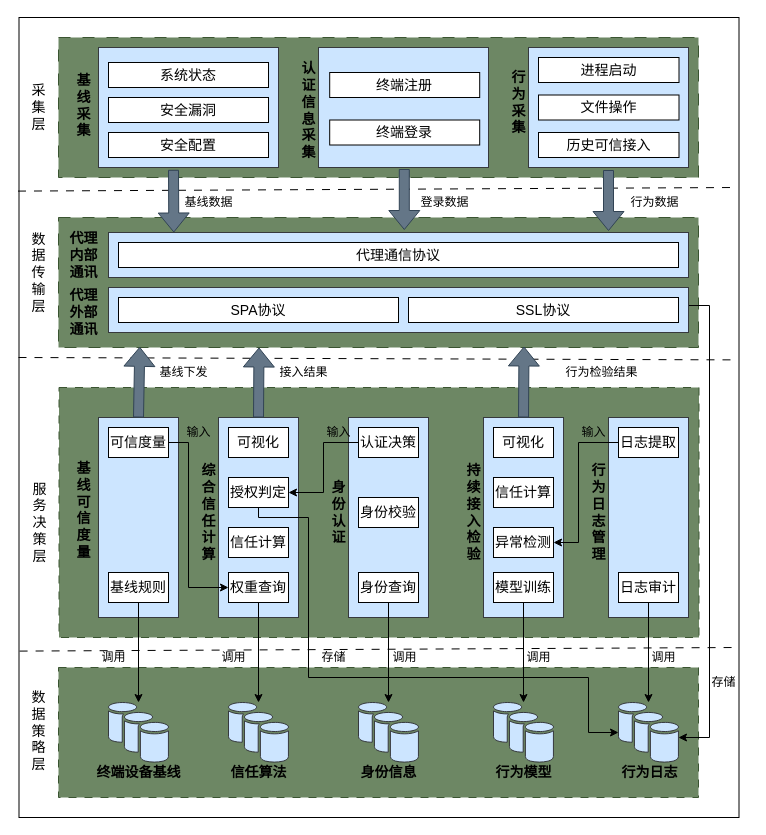
The draw.io diagram testDirectory/零信任可信接入系统架构图.drawio in Moose1273/-, before the edit. Source tidied: cells renumbered, new cells numbered last; positions are measured from the earlier drawing's top-left corner, leaving out a move shared by most shapes. Both pictures are drawn from the tidied source at 100%, with x=0, y=0 at pixel (18, 17).
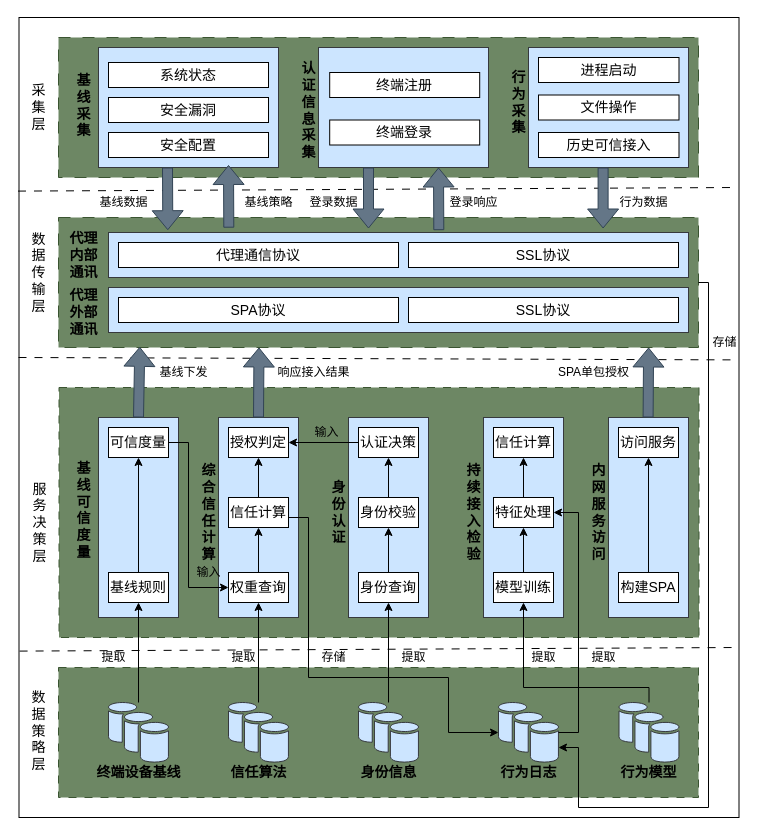
The same diagram, later.

Commit message:
更新零信任可信接入系统架构图.drawio

The change refers to these unchanged cells:
```xml
<mxCell id="3" style="rounded=0;whiteSpace=wrap;html=1;fillColor=#6d8764;strokeColor=#3A5431;fontColor=#ffffff;dashed=1;dashPattern=12 12;" parent="1" vertex="1">
  <mxGeometry x="40" y="200" width="640" height="130" as="geometry" />
</mxCell>
<mxCell id="23" style="sketch=0;shadow=0;dashed=0;html=1;strokeColor=#36393d;fillColor=#cce5ff;labelPosition=center;verticalLabelPosition=bottom;verticalAlign=top;outlineConnect=0;align=center;shape=mxgraph.office.databases.database_availability_group;fontSize=14;" parent="1" vertex="1">
  <mxGeometry x="340" y="685" width="60" height="60" as="geometry" />
</mxCell>
<mxCell id="24" style="sketch=0;shadow=0;dashed=0;html=1;labelPosition=center;verticalLabelPosition=bottom;verticalAlign=top;outlineConnect=0;align=center;shape=mxgraph.office.databases.database_availability_group;fontSize=14;fillColor=#cce5ff;strokeColor=#36393d;" parent="1" vertex="1">
  <mxGeometry x="90" y="685" width="60" height="60" as="geometry" />
</mxCell>
<mxCell id="29" style="sketch=0;shadow=0;dashed=0;html=1;strokeColor=#36393d;fillColor=#cce5ff;labelPosition=center;verticalLabelPosition=bottom;verticalAlign=top;outlineConnect=0;align=center;shape=mxgraph.office.databases.database_availability_group;fontSize=14;" parent="1" vertex="1">
  <mxGeometry x="210" y="685" width="60" height="60" as="geometry" />
</mxCell>
<mxCell id="57" value="权重查询" style="whiteSpace=wrap;html=1;fontSize=14;verticalAlign=middle;sketch=0;shadow=0;dashed=0;" parent="1" vertex="1">
  <mxGeometry x="210" y="555" width="60" height="30" as="geometry" />
</mxCell>
<mxCell id="60" style="rounded=0;whiteSpace=wrap;html=1;fillColor=#cce5ff;strokeColor=#36393d;" parent="1" vertex="1">
  <mxGeometry x="465" y="400" width="80" height="200" as="geometry" />
</mxCell>
<mxCell id="64" value="身份查询" style="rounded=0;whiteSpace=wrap;html=1;fontSize=14;" parent="1" vertex="1">
  <mxGeometry x="340" y="555" width="60" height="30" as="geometry" />
</mxCell>
<mxCell id="66" value="认证决策" style="whiteSpace=wrap;html=1;fontSize=14;rounded=0;" parent="1" vertex="1">
  <mxGeometry x="340" y="410" width="60" height="30" as="geometry" />
</mxCell>
<mxCell id="69" value="可信度量" style="rounded=0;whiteSpace=wrap;html=1;fontSize=14;" parent="1" vertex="1">
  <mxGeometry x="90" y="410" width="60" height="30" as="geometry" />
</mxCell>
<mxCell id="72" value="基线规则" style="whiteSpace=wrap;html=1;fontSize=14;verticalAlign=middle;sketch=0;shadow=0;dashed=0;" parent="1" vertex="1">
  <mxGeometry x="90" y="555" width="60" height="30" as="geometry" />
</mxCell>
<mxCell id="88" value="模型训练" style="whiteSpace=wrap;html=1;fontSize=14;verticalAlign=middle;sketch=0;shadow=0;dashed=0;" parent="1" vertex="1">
  <mxGeometry x="475" y="555" width="60" height="30" as="geometry" />
</mxCell>
<mxCell id="102" value="身份校验" style="whiteSpace=wrap;html=1;fontSize=14;rounded=0;" parent="1" vertex="1">
  <mxGeometry x="340" y="480" width="60" height="30" as="geometry" />
</mxCell>
```

The edit, as a diff of the source:
```diff
@@
-    <mxCell id="12" style="edgeStyle=orthogonalEdgeStyle;rounded=0;jettySize=auto;html=1;exitX=1;exitY=0.5;exitDx=0;exitDy=0;" parent="1" edge="1" target="42">
+    <mxCell id="12" style="edgeStyle=orthogonalEdgeStyle;rounded=0;jettySize=auto;html=1;exitX=1;exitY=0.5;exitDx=0;exitDy=0;entryX=1;entryY=0.75;entryDx=0;entryDy=0;entryPerimeter=0;" parent="1" edge="1" source="3" target="42">
       <mxGeometry relative="1" as="geometry">
-        <mxPoint x="640.5" y="297.5" as="sourcePoint" />
         <Array as="points">
-          <mxPoint x="640" y="288" />
-          <mxPoint x="691" y="288" />
-          <mxPoint x="691" y="720" />
+          <mxPoint x="690" y="265" />
+          <mxPoint x="690" y="790" />
+          <mxPoint x="560" y="790" />
+          <mxPoint x="560" y="730" />
         </Array>
       </mxGeometry>
     </mxCell>
@@
-    <mxCell id="22" style="edgeStyle=orthogonalEdgeStyle;rounded=0;jettySize=auto;html=1;exitX=0.5;exitY=1;exitDx=0;exitDy=0;" parent="1" edge="1" source="64" target="23">
+    <mxCell id="22" style="edgeStyle=orthogonalEdgeStyle;rounded=0;jettySize=auto;html=1;entryX=0.5;entryY=1;entryDx=0;entryDy=0;" parent="1" edge="1" source="23" target="64">
       <mxGeometry relative="1" as="geometry" />
     </mxCell>
@@
     <mxCell id="39" value="&lt;span style=&quot;font-size: 14px;&quot;&gt;&lt;b&gt;行为日志&lt;/b&gt;&lt;/span&gt;" style="text;html=1;align=center;verticalAlign=middle;strokeColor=none;fillColor=none;" parent="1" vertex="1">
-      <mxGeometry x="590.5" y="740" width="80" height="30" as="geometry" />
+      <mxGeometry x="470" y="740" width="80" height="30" as="geometry" />
     </mxCell>
     <mxCell id="40" value="&lt;b&gt;&lt;font style=&quot;font-size: 14px;&quot;&gt;行为模型&lt;/font&gt;&lt;/b&gt;" style="text;html=1;align=center;verticalAlign=middle;strokeColor=none;fillColor=none;" parent="1" vertex="1">
-      <mxGeometry x="465" y="740" width="80" height="30" as="geometry" />
+      <mxGeometry x="590" y="740" width="80" height="30" as="geometry" />
     </mxCell>
-    <mxCell id="41" style="edgeStyle=orthogonalEdgeStyle;rounded=0;jettySize=auto;html=1;" parent="1" edge="1" source="61" target="42">
-      <mxGeometry relative="1" as="geometry" />
-    </mxCell>
     <mxCell id="42" style="sketch=0;shadow=0;dashed=0;html=1;strokeColor=#36393d;fillColor=#cce5ff;labelPosition=center;verticalLabelPosition=bottom;verticalAlign=top;outlineConnect=0;align=center;shape=mxgraph.office.databases.database_availability_group;fontSize=14;" parent="1" vertex="1">
-      <mxGeometry x="600" y="685" width="60" height="60" as="geometry" />
+      <mxGeometry x="480" y="685" width="60" height="60" as="geometry" />
     </mxCell>
     <mxCell id="43" style="sketch=0;shadow=0;dashed=0;html=1;strokeColor=#36393d;fillColor=#cce5ff;labelPosition=center;verticalLabelPosition=bottom;verticalAlign=top;outlineConnect=0;align=center;shape=mxgraph.office.databases.database_availability_group;fontSize=14;" parent="1" vertex="1">
-      <mxGeometry x="475" y="685" width="60" height="60" as="geometry" />
+      <mxGeometry x="600.5" y="685" width="60" height="60" as="geometry" />
     </mxCell>
@@
     <mxCell id="47" value="&lt;font style=&quot;font-size: 14px;&quot;&gt;代理通信协议&lt;/font&gt;" style="rounded=0;whiteSpace=wrap;html=1;" parent="1" vertex="1">
-      <mxGeometry x="100" y="225" width="560" height="25" as="geometry" />
+      <mxGeometry x="100" y="225" width="280" height="25" as="geometry" />
     </mxCell>
@@
-    <mxCell id="55" value="信任计算" style="rounded=0;whiteSpace=wrap;html=1;fontSize=14;" parent="1" vertex="1">
-      <mxGeometry x="210" y="510" width="60" height="30" as="geometry" />
-    </mxCell>
-    <mxCell id="56" style="edgeStyle=orthogonalEdgeStyle;rounded=0;jettySize=auto;html=1;" parent="1" edge="1" source="57" target="29">
+    <mxCell id="56" style="edgeStyle=orthogonalEdgeStyle;rounded=0;jettySize=auto;html=1;" parent="1" edge="1" source="29" target="57">
       <mxGeometry relative="1" as="geometry" />
     </mxCell>
+    <mxCell id="103" style="edgeStyle=orthogonalEdgeStyle;rounded=0;jettySize=auto;html=1;" parent="1" edge="1" source="57" target="55">
+      <mxGeometry relative="1" as="geometry" />
+    </mxCell>
@@
-    <mxCell id="58" style="edgeStyle=orthogonalEdgeStyle;rounded=0;jettySize=auto;html=1;exitX=0.75;exitY=1;exitDx=0;exitDy=0;" parent="1" edge="1" source="59" target="42">
+    <mxCell id="58" style="edgeStyle=orthogonalEdgeStyle;rounded=0;jettySize=auto;html=1;exitX=0.5;exitY=1;exitDx=0;exitDy=0;" parent="1" edge="1" source="55" target="42">
       <mxGeometry relative="1" as="geometry">
         <Array as="points">
-          <mxPoint x="240" y="490" />
           <mxPoint x="240" y="500" />
           <mxPoint x="290" y="500" />
           <mxPoint x="290" y="660" />
-          <mxPoint x="570" y="660" />
-          <mxPoint x="570" y="715" />
+          <mxPoint x="430" y="660" />
+          <mxPoint x="430" y="715" />
         </Array>
       </mxGeometry>
     </mxCell>
     <mxCell id="59" value="授权判定" style="whiteSpace=wrap;html=1;fontSize=14;rounded=0;" parent="1" vertex="1">
-      <mxGeometry x="210" y="460" width="60" height="30" as="geometry" />
+      <mxGeometry x="210" y="410" width="60" height="30" as="geometry" />
     </mxCell>
@@
-    <mxCell id="61" value="日志审计" style="whiteSpace=wrap;html=1;fontSize=14;verticalAlign=middle;sketch=0;shadow=0;dashed=0;" parent="1" vertex="1">
-      <mxGeometry x="600" y="555" width="60" height="30" as="geometry" />
-    </mxCell>
-    <mxCell id="62" style="edgeStyle=orthogonalEdgeStyle;rounded=0;jettySize=auto;html=1;exitX=0;exitY=0.5;exitDx=0;exitDy=0;entryX=1;entryY=0.5;entryDx=0;entryDy=0;" parent="1" edge="1" source="63" target="89">
-      <mxGeometry relative="1" as="geometry">
-        <Array as="points">
-          <mxPoint x="560" y="425" />
-          <mxPoint x="560" y="525" />
-        </Array>
-      </mxGeometry>
-    </mxCell>
+    <mxCell id="104" style="edgeStyle=orthogonalEdgeStyle;rounded=0;jettySize=auto;html=1;" parent="1" edge="1" source="63" target="115">
+      <mxGeometry relative="1" as="geometry" />
+    </mxCell>
-    <mxCell id="63" value="日志提取" style="whiteSpace=wrap;html=1;fontSize=14;rounded=0;" parent="1" vertex="1">
-      <mxGeometry x="600" y="410" width="60" height="30" as="geometry" />
+    <mxCell id="63" value="构建SPA" style="whiteSpace=wrap;html=1;fontSize=14;rounded=0;" parent="1" vertex="1">
+      <mxGeometry x="600" y="555" width="60" height="30" as="geometry" />
     </mxCell>
+    <mxCell id="105" style="edgeStyle=orthogonalEdgeStyle;rounded=0;jettySize=auto;html=1;" parent="1" edge="1" source="64" target="102">
+      <mxGeometry relative="1" as="geometry" />
+    </mxCell>
@@
-    <mxCell id="70" style="edgeStyle=orthogonalEdgeStyle;rounded=0;jettySize=auto;html=1;" parent="1" edge="1" source="72" target="24">
+    <mxCell id="70" style="edgeStyle=orthogonalEdgeStyle;rounded=0;jettySize=auto;html=1;" parent="1" edge="1" source="24" target="72">
       <mxGeometry relative="1" as="geometry" />
     </mxCell>
-    <mxCell id="71" value="可视化" style="whiteSpace=wrap;html=1;fontSize=14;rounded=0;" parent="1" vertex="1">
-      <mxGeometry x="475" y="410" width="60" height="30" as="geometry" />
-    </mxCell>
+    <mxCell id="106" style="edgeStyle=orthogonalEdgeStyle;rounded=0;jettySize=auto;html=1;" parent="1" edge="1" source="72" target="69">
+      <mxGeometry relative="1" as="geometry" />
+    </mxCell>
@@
-    <mxCell id="74" value="可视化" style="whiteSpace=wrap;html=1;fontSize=14;rounded=0;" parent="1" vertex="1">
-      <mxGeometry x="210" y="410" width="60" height="30" as="geometry" />
-    </mxCell>
     <mxCell id="75" style="shape=flexArrow;endArrow=classic;html=1;rounded=0;exitX=0.5;exitY=1;exitDx=0;exitDy=0;entryX=0.147;entryY=-0.052;entryDx=0;entryDy=0;entryPerimeter=0;fillColor=#647687;strokeColor=#314354;" parent="1" edge="1">
       <mxGeometry relative="1" as="geometry">
-        <mxPoint x="155" y="152.3" as="sourcePoint" />
-        <mxPoint x="155.3" y="215" as="targetPoint" />
+        <mxPoint x="149" y="150" as="sourcePoint" />
+        <mxPoint x="149.3" y="212.7" as="targetPoint" />
       </mxGeometry>
     </mxCell>
     <mxCell id="76" style="shape=flexArrow;endArrow=classic;html=1;rounded=0;exitX=0.5;exitY=1;exitDx=0;exitDy=0;entryX=0.147;entryY=-0.052;entryDx=0;entryDy=0;entryPerimeter=0;fillColor=#647687;strokeColor=#314354;" parent="1" edge="1">
       <mxGeometry relative="1" as="geometry">
-        <mxPoint x="385.8" y="151.5" as="sourcePoint" />
-        <mxPoint x="385.8" y="212.5" as="targetPoint" />
+        <mxPoint x="350" y="150" as="sourcePoint" />
+        <mxPoint x="350" y="211" as="targetPoint" />
       </mxGeometry>
     </mxCell>
     <mxCell id="77" style="shape=flexArrow;endArrow=classic;html=1;rounded=0;exitX=0.5;exitY=1;exitDx=0;exitDy=0;entryX=0.147;entryY=-0.052;entryDx=0;entryDy=0;entryPerimeter=0;fillColor=#647687;strokeColor=#314354;" parent="1" edge="1">
       <mxGeometry relative="1" as="geometry">
-        <mxPoint x="590" y="152.5" as="sourcePoint" />
-        <mxPoint x="590" y="213.5" as="targetPoint" />
+        <mxPoint x="584.6" y="150" as="sourcePoint" />
+        <mxPoint x="584.6" y="211" as="targetPoint" />
       </mxGeometry>
     </mxCell>
@@
-    <mxCell id="80" style="shape=flexArrow;endArrow=classic;html=1;rounded=0;exitX=0.5;exitY=0;exitDx=0;exitDy=0;entryX=0.127;entryY=0.995;entryDx=0;entryDy=0;entryPerimeter=0;fillColor=#647687;strokeColor=#314354;" parent="1" edge="1" source="60">
-      <mxGeometry relative="1" as="geometry">
-        <mxPoint x="505.5" y="329" as="targetPoint" />
-      </mxGeometry>
-    </mxCell>
     <mxCell id="81" value="基线数据" style="text;html=1;align=center;verticalAlign=middle;strokeColor=none;fillColor=none;" parent="1" vertex="1">
-      <mxGeometry x="155" y="170" width="70" height="30" as="geometry" />
+      <mxGeometry x="70" y="170" width="70" height="30" as="geometry" />
     </mxCell>
     <mxCell id="82" value="登录数据" style="text;html=1;align=center;verticalAlign=middle;strokeColor=none;fillColor=none;" parent="1" vertex="1">
-      <mxGeometry x="391.2" y="170" width="70" height="30" as="geometry" />
+      <mxGeometry x="280" y="170" width="70" height="30" as="geometry" />
     </mxCell>
     <mxCell id="83" value="行为数据" style="text;html=1;align=center;verticalAlign=middle;strokeColor=none;fillColor=none;" parent="1" vertex="1">
-      <mxGeometry x="600.5" y="170" width="70" height="30" as="geometry" />
+      <mxGeometry x="590" y="170" width="70" height="30" as="geometry" />
     </mxCell>
@@
-    <mxCell id="85" value="接入结果" style="text;html=1;align=center;verticalAlign=middle;strokeColor=none;fillColor=none;" parent="1" vertex="1">
-      <mxGeometry x="250" y="340" width="70" height="30" as="geometry" />
+    <mxCell id="85" value="响应接入结果" style="text;html=1;align=center;verticalAlign=middle;strokeColor=none;fillColor=none;" parent="1" vertex="1">
+      <mxGeometry x="245" y="340" width="100" height="30" as="geometry" />
     </mxCell>
-    <mxCell id="86" value="行为检验结果" style="text;html=1;align=center;verticalAlign=middle;strokeColor=none;fillColor=none;" parent="1" vertex="1">
-      <mxGeometry x="532.5" y="340" width="100" height="30" as="geometry" />
-    </mxCell>
-    <mxCell id="87" value="&lt;span style=&quot;font-size: 14px;&quot;&gt;&lt;b&gt;行&lt;br&gt;为&lt;br&gt;日&lt;br&gt;志&lt;br&gt;管&lt;br&gt;理&lt;/b&gt;&lt;/span&gt;" style="text;html=1;align=center;verticalAlign=middle;strokeColor=none;fillColor=none;" parent="1" vertex="1">
+    <mxCell id="87" value="&lt;div&gt;&lt;span style=&quot;font-size: 14px;&quot;&gt;&lt;b&gt;内&lt;/b&gt;&lt;/span&gt;&lt;/div&gt;&lt;div&gt;&lt;span style=&quot;font-size: 14px;&quot;&gt;&lt;b&gt;网&lt;/b&gt;&lt;/span&gt;&lt;/div&gt;&lt;span style=&quot;font-size: 14px;&quot;&gt;&lt;b&gt;服&lt;/b&gt;&lt;/span&gt;&lt;div&gt;&lt;span style=&quot;font-size: 14px;&quot;&gt;&lt;b&gt;务&lt;/b&gt;&lt;/span&gt;&lt;/div&gt;&lt;div&gt;&lt;span style=&quot;font-size: 14px;&quot;&gt;&lt;b&gt;访&lt;/b&gt;&lt;/span&gt;&lt;/div&gt;&lt;div&gt;&lt;span style=&quot;font-size: 14px;&quot;&gt;&lt;b&gt;问&lt;/b&gt;&lt;/span&gt;&lt;/div&gt;" style="text;html=1;align=center;verticalAlign=middle;strokeColor=none;fillColor=none;" parent="1" vertex="1">
       <mxGeometry x="560" y="440" width="40" height="110" as="geometry" />
     </mxCell>
+    <mxCell id="107" style="edgeStyle=orthogonalEdgeStyle;rounded=0;jettySize=auto;html=1;entryX=0.5;entryY=1;entryDx=0;entryDy=0;" parent="1" edge="1" source="88" target="89">
+      <mxGeometry relative="1" as="geometry" />
+    </mxCell>
@@
+    <mxCell id="108" style="edgeStyle=orthogonalEdgeStyle;rounded=0;jettySize=auto;html=1;" parent="1" edge="1" source="89" target="90">
+      <mxGeometry relative="1" as="geometry" />
+    </mxCell>
-    <mxCell id="89" value="异常检测" style="rounded=0;whiteSpace=wrap;html=1;fontSize=14;" parent="1" vertex="1">
-      <mxGeometry x="475" y="510" width="60" height="30" as="geometry" />
+    <mxCell id="89" value="特征处理" style="rounded=0;whiteSpace=wrap;html=1;fontSize=14;" parent="1" vertex="1">
+      <mxGeometry x="475" y="480" width="60" height="30" as="geometry" />
     </mxCell>
     <mxCell id="90" value="信任计算" style="whiteSpace=wrap;html=1;fontSize=14;rounded=0;" parent="1" vertex="1">
-      <mxGeometry x="475" y="460" width="60" height="30" as="geometry" />
+      <mxGeometry x="475" y="410" width="60" height="30" as="geometry" />
     </mxCell>
-    <mxCell id="91" style="edgeStyle=orthogonalEdgeStyle;rounded=0;jettySize=auto;html=1;" parent="1" edge="1" source="88" target="43">
-      <mxGeometry relative="1" as="geometry" />
-    </mxCell>
     <mxCell id="92" value="输入" style="text;html=1;align=center;verticalAlign=middle;strokeColor=none;fillColor=none;" parent="1" vertex="1">
-      <mxGeometry x="155" y="400" width="50" height="30" as="geometry" />
+      <mxGeometry x="165" y="540" width="50" height="30" as="geometry" />
     </mxCell>
-    <mxCell id="93" value="输入" style="text;html=1;align=center;verticalAlign=middle;strokeColor=none;fillColor=none;" parent="1" vertex="1">
-      <mxGeometry x="550" y="400" width="50" height="30" as="geometry" />
-    </mxCell>
     <mxCell id="94" value="输入" style="text;html=1;align=center;verticalAlign=middle;strokeColor=none;fillColor=none;" parent="1" vertex="1">
-      <mxGeometry x="295" y="400" width="50" height="30" as="geometry" />
+      <mxGeometry x="283" y="400" width="50" height="30" as="geometry" />
     </mxCell>
@@
-    <mxCell id="96" value="调用" style="text;html=1;align=center;verticalAlign=middle;strokeColor=none;fillColor=none;" parent="1" vertex="1">
-      <mxGeometry x="620" y="625" width="50" height="30" as="geometry" />
-    </mxCell>
-    <mxCell id="97" value="调用" style="text;html=1;align=center;verticalAlign=middle;strokeColor=none;fillColor=none;" parent="1" vertex="1">
-      <mxGeometry x="495" y="625" width="50" height="30" as="geometry" />
-    </mxCell>
-    <mxCell id="98" value="调用" style="text;html=1;align=center;verticalAlign=middle;strokeColor=none;fillColor=none;" parent="1" vertex="1">
-      <mxGeometry x="361.2" y="625" width="50" height="30" as="geometry" />
-    </mxCell>
-    <mxCell id="99" value="调用" style="text;html=1;align=center;verticalAlign=middle;strokeColor=none;fillColor=none;" parent="1" vertex="1">
-      <mxGeometry x="190" y="625" width="50" height="30" as="geometry" />
-    </mxCell>
-    <mxCell id="100" value="调用" style="text;html=1;align=center;verticalAlign=middle;strokeColor=none;fillColor=none;" parent="1" vertex="1">
+    <mxCell id="100" value="提取" style="text;html=1;align=center;verticalAlign=middle;strokeColor=none;fillColor=none;" parent="1" vertex="1">
       <mxGeometry x="70" y="625" width="50" height="30" as="geometry" />
     </mxCell>
     <mxCell id="101" value="存储" style="text;html=1;align=center;verticalAlign=middle;strokeColor=none;fillColor=none;" parent="1" vertex="1">
-      <mxGeometry x="680" y="650" width="50" height="30" as="geometry" />
+      <mxGeometry x="680.5" y="310" width="50" height="30" as="geometry" />
     </mxCell>
+    <mxCell id="109" style="edgeStyle=orthogonalEdgeStyle;rounded=0;jettySize=auto;html=1;entryX=0.5;entryY=1;entryDx=0;entryDy=0;" parent="1" edge="1" source="102" target="66">
+      <mxGeometry relative="1" as="geometry" />
+    </mxCell>
@@
+    <mxCell id="41" style="edgeStyle=orthogonalEdgeStyle;rounded=0;jettySize=auto;html=1;entryX=1;entryY=0.5;entryDx=0;entryDy=0;" parent="1" edge="1" source="42" target="89">
+      <mxGeometry relative="1" as="geometry">
+        <Array as="points">
+          <mxPoint x="560" y="715" />
+          <mxPoint x="560" y="495" />
+        </Array>
+      </mxGeometry>
+    </mxCell>
+    <mxCell id="110" style="edgeStyle=orthogonalEdgeStyle;rounded=0;jettySize=auto;html=1;entryX=0.5;entryY=1;entryDx=0;entryDy=0;" parent="1" edge="1" source="55" target="59">
+      <mxGeometry relative="1" as="geometry" />
+    </mxCell>
+    <mxCell id="55" value="信任计算" style="rounded=0;whiteSpace=wrap;html=1;fontSize=14;" parent="1" vertex="1">
+      <mxGeometry x="210" y="480" width="60" height="30" as="geometry" />
+    </mxCell>
+    <mxCell id="111" value="提取" style="text;html=1;align=center;verticalAlign=middle;strokeColor=none;fillColor=none;" parent="1" vertex="1">
+      <mxGeometry x="200" y="625" width="50" height="30" as="geometry" />
+    </mxCell>
+    <mxCell id="112" value="提取" style="text;html=1;align=center;verticalAlign=middle;strokeColor=none;fillColor=none;" parent="1" vertex="1">
+      <mxGeometry x="370" y="625" width="50" height="30" as="geometry" />
+    </mxCell>
+    <mxCell id="113" value="提取" style="text;html=1;align=center;verticalAlign=middle;strokeColor=none;fillColor=none;" parent="1" vertex="1">
+      <mxGeometry x="500" y="625" width="50" height="30" as="geometry" />
+    </mxCell>
+    <mxCell id="114" value="提取" style="text;html=1;align=center;verticalAlign=middle;strokeColor=none;fillColor=none;" parent="1" vertex="1">
+      <mxGeometry x="560" y="625" width="50" height="30" as="geometry" />
+    </mxCell>
+    <mxCell id="115" value="访问服务" style="whiteSpace=wrap;html=1;fontSize=14;rounded=0;" parent="1" vertex="1">
+      <mxGeometry x="600" y="410" width="60" height="30" as="geometry" />
+    </mxCell>
+    <mxCell id="116" style="edgeStyle=orthogonalEdgeStyle;rounded=0;jettySize=auto;html=1;" parent="1" edge="1" source="43" target="88">
+      <mxGeometry relative="1" as="geometry">
+        <Array as="points">
+          <mxPoint x="631" y="670" />
+          <mxPoint x="505" y="670" />
+        </Array>
+      </mxGeometry>
+    </mxCell>
+    <mxCell id="117" style="shape=flexArrow;endArrow=classic;html=1;rounded=0;entryX=0.127;entryY=0.995;entryDx=0;entryDy=0;entryPerimeter=0;fillColor=#647687;strokeColor=#314354;" parent="1" edge="1">
+      <mxGeometry relative="1" as="geometry">
+        <mxPoint x="629.6" y="400" as="sourcePoint" />
+        <mxPoint x="630.1" y="330" as="targetPoint" />
+      </mxGeometry>
+    </mxCell>
+    <mxCell id="118" value="SPA单包授权" style="text;html=1;align=center;verticalAlign=middle;strokeColor=none;fillColor=none;" parent="1" vertex="1">
+      <mxGeometry x="530" y="340" width="90" height="30" as="geometry" />
+    </mxCell>
+    <mxCell id="119" style="shape=flexArrow;endArrow=classic;html=1;rounded=0;exitX=0.5;exitY=1;exitDx=0;exitDy=0;entryX=0.147;entryY=-0.052;entryDx=0;entryDy=0;entryPerimeter=0;fillColor=#647687;strokeColor=#314354;" parent="1" edge="1">
+      <mxGeometry relative="1" as="geometry">
+        <mxPoint x="210.3" y="210.2" as="sourcePoint" />
+        <mxPoint x="210" y="147.5" as="targetPoint" />
+      </mxGeometry>
+    </mxCell>
+    <mxCell id="120" value="基线策略" style="text;html=1;align=center;verticalAlign=middle;strokeColor=none;fillColor=none;" parent="1" vertex="1">
+      <mxGeometry x="215" y="170" width="70" height="30" as="geometry" />
+    </mxCell>
+    <mxCell id="121" style="shape=flexArrow;endArrow=classic;html=1;rounded=0;exitX=0.5;exitY=1;exitDx=0;exitDy=0;entryX=0.147;entryY=-0.052;entryDx=0;entryDy=0;entryPerimeter=0;fillColor=#647687;strokeColor=#314354;" parent="1" edge="1">
+      <mxGeometry relative="1" as="geometry">
+        <mxPoint x="420.3" y="212.7" as="sourcePoint" />
+        <mxPoint x="420" y="150" as="targetPoint" />
+      </mxGeometry>
+    </mxCell>
+    <mxCell id="122" value="登录响应" style="text;html=1;align=center;verticalAlign=middle;strokeColor=none;fillColor=none;" parent="1" vertex="1">
+      <mxGeometry x="420" y="170" width="70" height="30" as="geometry" />
+    </mxCell>
+    <mxCell id="123" value="&lt;font style=&quot;font-size: 14px;&quot;&gt;SSL协议&lt;/font&gt;" style="rounded=0;whiteSpace=wrap;html=1;" parent="1" vertex="1">
+      <mxGeometry x="390" y="225" width="270" height="25" as="geometry" />
+    </mxCell>
```
